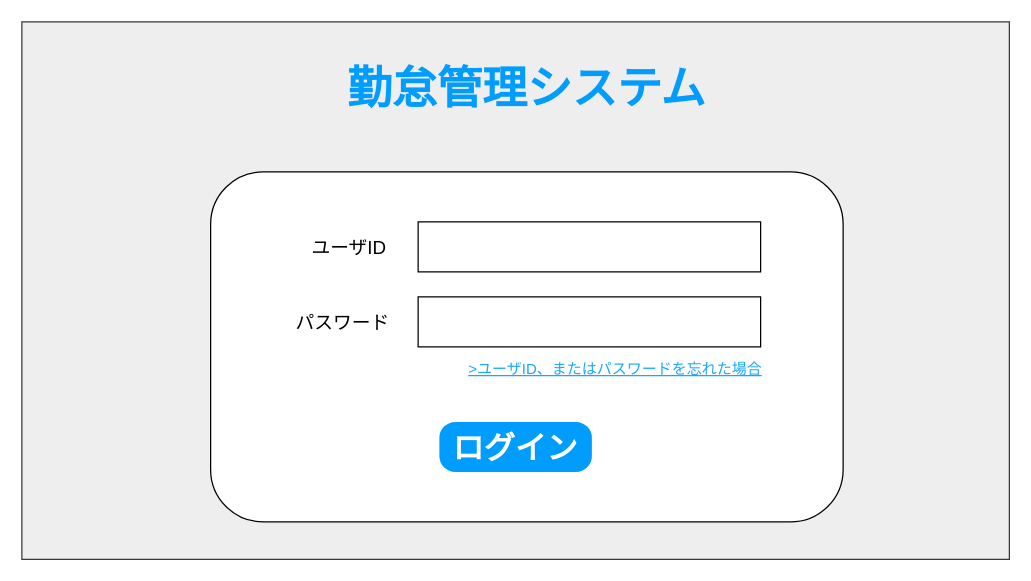
Before: docs/screen/screen_layout/AS001.drawio in youkobaske/agentSupport-attendanceSystem, a draw.io diagram. Source tidied: cells renumbered, new cells numbered last; positions are measured from the earlier drawing's top-left corner, leaving out a move shared by most shapes. Both pictures are drawn from the tidied source at 125%, with x=0, y=0 at pixel (21, 21).
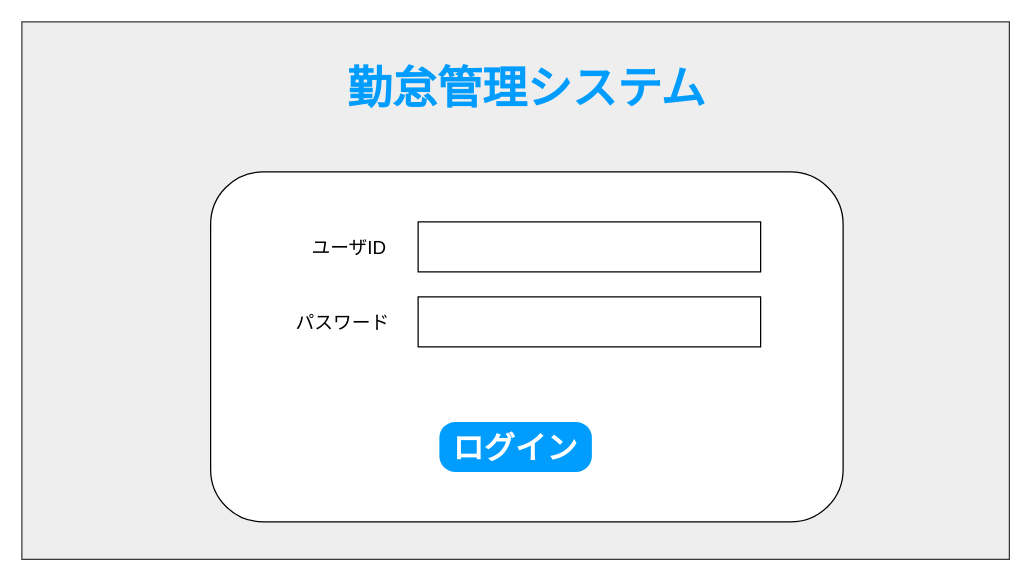
The same page after the edit.

Change to the diagram source:
```diff
@@
 <mxGraphModel>
   <root>
     <mxCell id="0" />
     <mxCell id="1" parent="0" />
     <mxCell id="2" style="rounded=0;whiteSpace=wrap;html=1;fillColor=#eeeeee;strokeColor=#36393d;" parent="1" vertex="1">
       <mxGeometry width="790" height="430" as="geometry" />
     </mxCell>
     <mxCell id="3" style="rounded=1;whiteSpace=wrap;html=1;" parent="1" vertex="1">
       <mxGeometry x="151" y="120" width="506" height="280" as="geometry" />
     </mxCell>
     <mxCell id="4" value="&lt;font style=&quot;font-size: 36px;&quot; face=&quot;Comic Sans MS&quot;&gt;勤怠管理システム&lt;/font&gt;" style="text;html=1;whiteSpace=wrap;strokeColor=none;fillColor=none;align=center;verticalAlign=middle;rounded=0;fontColor=light-dark(#009dff, #ededed);fontStyle=1;" parent="1" vertex="1">
       <mxGeometry x="244" y="30" width="320" height="50" as="geometry" />
     </mxCell>
     <mxCell id="5" style="group;" parent="1" vertex="1">
       <mxGeometry x="207" y="220" width="384" height="40" as="geometry" />
     </mxCell>
     <mxCell id="6" value="&lt;font style=&quot;font-size: 15px;&quot;&gt;パスワード&lt;/font&gt;" style="text;html=1;whiteSpace=wrap;strokeColor=none;fillColor=none;align=center;verticalAlign=middle;rounded=0;" parent="5" vertex="1">
       <mxGeometry y="5" width="100" height="30" as="geometry" />
     </mxCell>
     <mxCell id="7" style="rounded=0;whiteSpace=wrap;html=1;" parent="5" vertex="1">
       <mxGeometry x="110" width="274" height="40" as="geometry" />
     </mxCell>
     <mxCell id="8" style="group;" parent="1" vertex="1">
       <mxGeometry x="217" y="160" width="374" height="40" as="geometry" />
     </mxCell>
     <mxCell id="9" value="&lt;font style=&quot;font-size: 15px;&quot;&gt;ユーザID&lt;/font&gt;" style="text;html=1;whiteSpace=wrap;strokeColor=none;fillColor=none;align=center;verticalAlign=middle;rounded=0;" parent="8" vertex="1">
       <mxGeometry y="5" width="90" height="30" as="geometry" />
     </mxCell>
     <mxCell id="10" style="rounded=0;whiteSpace=wrap;html=1;" parent="8" vertex="1">
       <mxGeometry x="100" width="274" height="40" as="geometry" />
     </mxCell>
-    <mxCell id="11" value="&amp;gt;ユーザID、またはパスワードを忘れた場合" style="text;html=1;whiteSpace=wrap;strokeColor=none;fillColor=none;align=center;verticalAlign=middle;rounded=0;fontColor=light-dark(#19a7ff, #ededed);fontStyle=4;" parent="1" vertex="1">
-      <mxGeometry x="350" y="270" width="250" height="15" as="geometry" />
-    </mxCell>
     <mxCell id="12" value="&lt;font style=&quot;font-size: 25px;&quot;&gt;&lt;b&gt;ログイン&lt;/b&gt;&lt;/font&gt;" style="rounded=1;whiteSpace=wrap;html=1;fillColor=light-dark(#009dff, #ededed);fontColor=#FFFFFF;strokeColor=none;arcSize=32;" parent="1" vertex="1">
       <mxGeometry x="334" y="320" width="122" height="40" as="geometry" />
     </mxCell>
   </root>
 </mxGraphModel>
```
